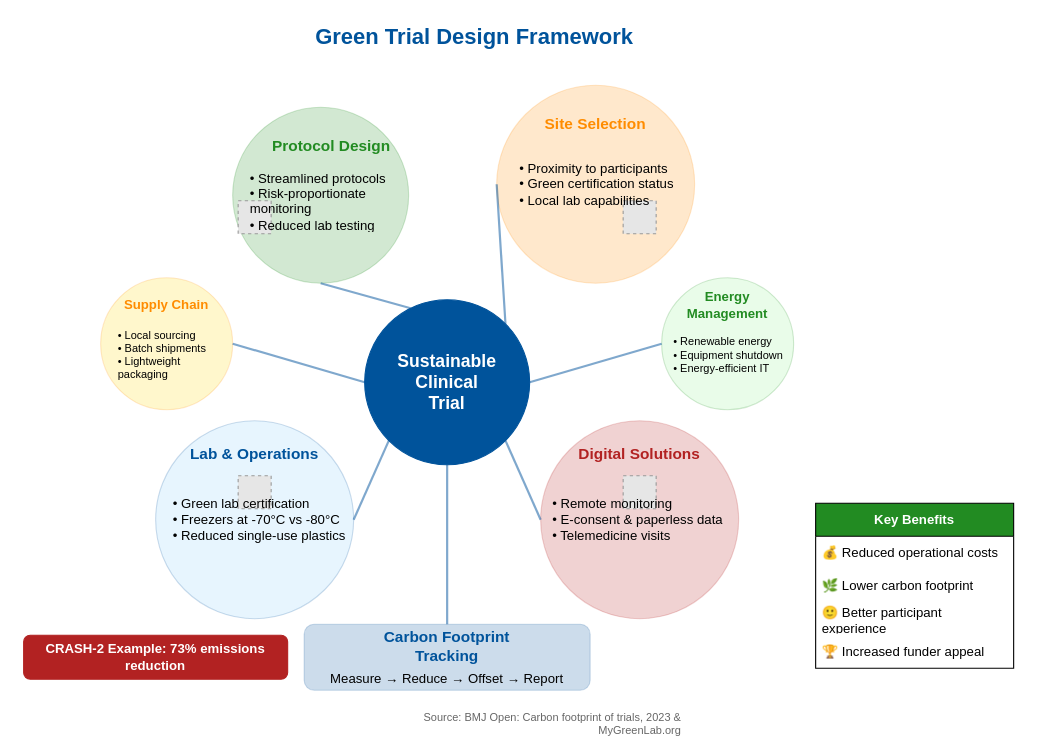
Before: diagrams/green_trial_design_framework.drawio in Logic06183/Task_presentation, a draw.io diagram. Source tidied: cells renumbered, new cells numbered last; positions are measured from the earlier drawing's top-left corner, leaving out a move shared by most shapes. Both pictures are drawn from the tidied source at 110%, with x=0, y=0 at pixel (23, 19). Pictures stored in the file or linked from it are replaced by grey dashed boxes.
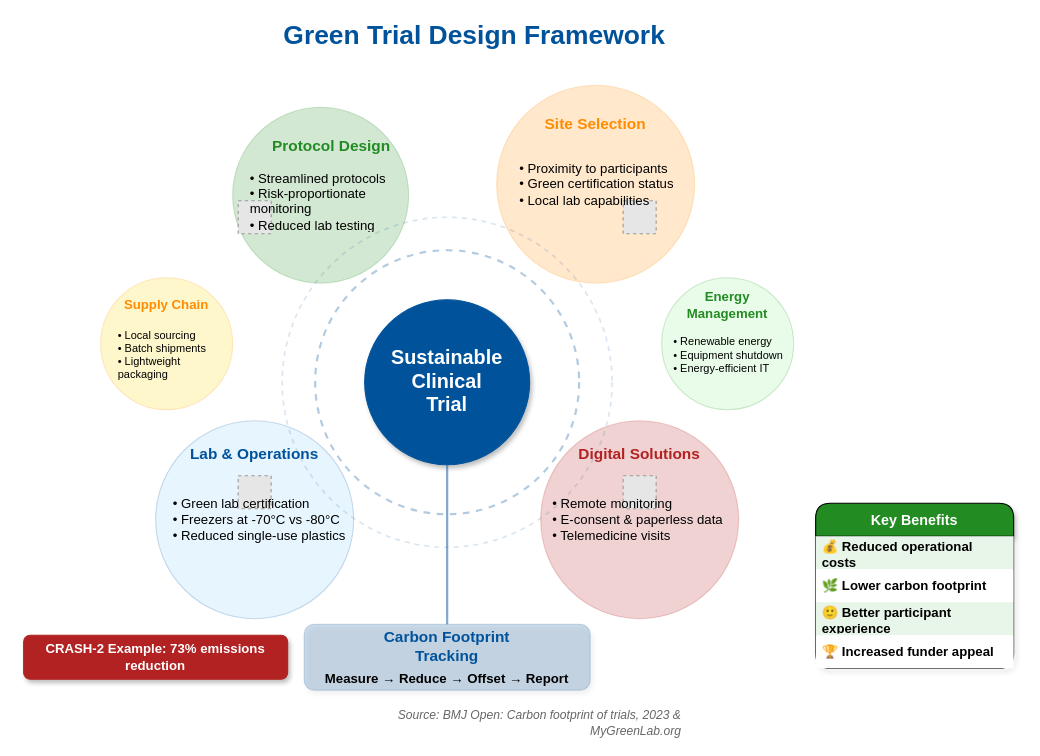
The same diagram, later.

The change refers to these unchanged cells:
```xml
<mxCell id="4" style="ellipse;whiteSpace=wrap;html=1;fillColor=#228B22;strokeColor=#228B22;opacity=20;" parent="1" vertex="1">
  <mxGeometry x="190" y="80" width="160" height="160" as="geometry" />
</mxCell>
<mxCell id="8" style="ellipse;whiteSpace=wrap;html=1;fillColor=#FF8C00;strokeColor=#FF8C00;opacity=20;" parent="1" vertex="1">
  <mxGeometry x="430" y="60" width="180" height="180" as="geometry" />
</mxCell>
<mxCell id="12" style="ellipse;whiteSpace=wrap;html=1;fillColor=#B22222;strokeColor=#B22222;opacity=20;" parent="1" vertex="1">
  <mxGeometry x="470" y="365" width="180" height="180" as="geometry" />
</mxCell>
<mxCell id="16" style="ellipse;whiteSpace=wrap;html=1;fillColor=#87CEFA;strokeColor=#00539B;opacity=20;" parent="1" vertex="1">
  <mxGeometry x="120" y="365" width="180" height="180" as="geometry" />
</mxCell>
<mxCell id="20" style="ellipse;whiteSpace=wrap;html=1;fillColor=#FFD700;strokeColor=#FF8C00;opacity=20;" parent="1" vertex="1">
  <mxGeometry x="70" y="235" width="120" height="120" as="geometry" />
</mxCell>
<mxCell id="23" style="ellipse;whiteSpace=wrap;html=1;fillColor=#90EE90;strokeColor=#228B22;opacity=20;" parent="1" vertex="1">
  <mxGeometry x="580" y="235" width="120" height="120" as="geometry" />
</mxCell>
```

What changed in the source:
```diff
@@
-    <mxCell id="2" value="&lt;font style=&quot;font-size: 20px;&quot;&gt;&lt;b&gt;Green Trial Design Framework&lt;/b&gt;&lt;/font&gt;" style="text;html=1;strokeColor=none;fillColor=none;align=center;verticalAlign=middle;whiteSpace=wrap;rounded=0;fontColor=#00539B;" parent="1" vertex="1">
+    <mxCell id="2" value="&lt;font style=&quot;font-size: 24px;&quot; face=&quot;Arial&quot;&gt;&lt;b&gt;Green Trial Design Framework&lt;/b&gt;&lt;/font&gt;" style="text;html=1;strokeColor=none;fillColor=none;align=center;verticalAlign=middle;whiteSpace=wrap;rounded=0;fontColor=#00539B;shadow=0;" parent="1" vertex="1">
       <mxGeometry x="130" width="560" height="30" as="geometry" />
     </mxCell>
-    <mxCell id="3" value="&lt;font style=&quot;font-size: 16px;&quot;&gt;&lt;b&gt;Sustainable&lt;br&gt;Clinical&lt;br&gt;Trial&lt;/b&gt;&lt;/font&gt;" style="ellipse;whiteSpace=wrap;html=1;fillColor=#00539B;strokeColor=#00539B;fontColor=#FFFFFF;" parent="1" vertex="1">
+    <mxCell id="3" value="&lt;font style=&quot;font-size: 18px;&quot; face=&quot;Arial&quot;&gt;&lt;b&gt;Sustainable&lt;br&gt;Clinical&lt;br&gt;Trial&lt;/b&gt;&lt;/font&gt;" style="ellipse;whiteSpace=wrap;html=1;fillColor=#00539B;strokeColor=#00539B;fontColor=#FFFFFF;shadow=1;" parent="1" vertex="1">
       <mxGeometry x="310" y="255" width="150" height="150" as="geometry" />
     </mxCell>
@@
-    <mxCell id="26" style="rounded=1;whiteSpace=wrap;html=1;fillColor=#00539B;strokeColor=#00539B;opacity=20;" parent="1" vertex="1">
+    <mxCell id="26" style="rounded=1;whiteSpace=wrap;html=1;fillColor=#00539B;strokeColor=#00539B;opacity=20;shadow=1;" parent="1" vertex="1">
       <mxGeometry x="255" y="550" width="260" height="60" as="geometry" />
     </mxCell>
-    <mxCell id="27" value="&lt;font style=&quot;font-size: 14px;&quot;&gt;&lt;b&gt;Carbon Footprint Tracking&lt;/b&gt;&lt;/font&gt;" style="text;html=1;strokeColor=none;fillColor=none;align=center;verticalAlign=middle;whiteSpace=wrap;rounded=0;fontColor=#00539B;" parent="1" vertex="1">
+    <mxCell id="27" value="&lt;font style=&quot;font-size: 14px;&quot; face=&quot;Arial&quot;&gt;&lt;b&gt;Carbon Footprint Tracking&lt;/b&gt;&lt;/font&gt;" style="text;html=1;strokeColor=none;fillColor=none;align=center;verticalAlign=middle;whiteSpace=wrap;rounded=0;fontColor=#00539B;" parent="1" vertex="1">
       <mxGeometry x="325" y="560" width="120" height="20" as="geometry" />
     </mxCell>
-    <mxCell id="28" value="Measure → Reduce → Offset → Report" style="text;html=1;strokeColor=none;fillColor=none;align=center;verticalAlign=middle;whiteSpace=wrap;rounded=0;" parent="1" vertex="1">
+    <mxCell id="28" value="Measure → Reduce → Offset → Report" style="text;html=1;strokeColor=none;fillColor=none;align=center;verticalAlign=middle;whiteSpace=wrap;rounded=0;fontFamily=Arial;fontStyle=1;" parent="1" vertex="1">
       <mxGeometry x="255" y="590" width="260" height="20" as="geometry" />
     </mxCell>
-    <mxCell id="29" style="endArrow=none;html=1;rounded=0;entryX=0.5;entryY=1;entryDx=0;entryDy=0;exitX=0.25;exitY=0;exitDx=0;exitDy=0;strokeWidth=2;strokeColor=#00539B;opacity=50;" parent="1" edge="1" source="3" target="4">
-      <mxGeometry relative="1" as="geometry" />
-    </mxCell>
-    <mxCell id="30" style="endArrow=none;html=1;rounded=0;entryX=0;entryY=0.5;entryDx=0;entryDy=0;exitX=1;exitY=0;exitDx=0;exitDy=0;strokeWidth=2;strokeColor=#00539B;opacity=50;" parent="1" edge="1" source="3" target="8">
-      <mxGeometry relative="1" as="geometry" />
-    </mxCell>
-    <mxCell id="31" style="endArrow=none;html=1;rounded=0;entryX=0;entryY=0.5;entryDx=0;entryDy=0;exitX=1;exitY=1;exitDx=0;exitDy=0;strokeWidth=2;strokeColor=#00539B;opacity=50;" parent="1" edge="1" source="3" target="12">
-      <mxGeometry relative="1" as="geometry" />
-    </mxCell>
-    <mxCell id="32" style="endArrow=none;html=1;rounded=0;entryX=1;entryY=0.5;entryDx=0;entryDy=0;exitX=0;exitY=1;exitDx=0;exitDy=0;strokeWidth=2;strokeColor=#00539B;opacity=50;" parent="1" edge="1" source="3" target="16">
-      <mxGeometry relative="1" as="geometry" />
-    </mxCell>
-    <mxCell id="33" style="endArrow=none;html=1;rounded=0;entryX=1;entryY=0.5;entryDx=0;entryDy=0;exitX=0;exitY=0.5;exitDx=0;exitDy=0;strokeWidth=2;strokeColor=#00539B;opacity=50;" parent="1" edge="1" source="3" target="20">
-      <mxGeometry relative="1" as="geometry" />
-    </mxCell>
-    <mxCell id="34" style="endArrow=none;html=1;rounded=0;entryX=0;entryY=0.5;entryDx=0;entryDy=0;exitX=1;exitY=0.5;exitDx=0;exitDy=0;strokeWidth=2;strokeColor=#00539B;opacity=50;" parent="1" edge="1" source="3" target="23">
-      <mxGeometry relative="1" as="geometry" />
-    </mxCell>
+    <mxCell id="43" style="ellipse;whiteSpace=wrap;html=1;fillColor=none;strokeColor=#00539B;opacity=30;dashed=1;strokeWidth=2;" parent="1" vertex="1">
+      <mxGeometry x="265" y="210" width="240" height="240" as="geometry" />
+    </mxCell>
@@
+    <mxCell id="44" style="ellipse;whiteSpace=wrap;html=1;fillColor=none;strokeColor=#00539B;opacity=15;dashed=1;strokeWidth=1.5;" parent="1" vertex="1">
+      <mxGeometry x="235" y="180" width="300" height="300" as="geometry" />
+    </mxCell>
-    <mxCell id="36" value="&lt;b&gt;Key Benefits&lt;/b&gt;" style="swimlane;fontStyle=0;horizontal=1;startSize=30;whiteSpace=wrap;html=1;fillColor=#228B22;fontColor=#FFFFFF;" parent="1" vertex="1">
+    <mxCell id="36" value="&lt;b&gt;Key Benefits&lt;/b&gt;" style="swimlane;fontStyle=1;horizontal=1;startSize=30;whiteSpace=wrap;html=1;fillColor=#228B22;fontColor=#FFFFFF;shadow=1;rounded=1;fontSize=13;fontFamily=Arial;" parent="1" vertex="1">
       <mxGeometry x="720" y="440" width="180" height="150" as="geometry" />
     </mxCell>
-    <mxCell id="37" value="💰 Reduced operational costs" style="text;strokeColor=none;fillColor=none;align=left;verticalAlign=middle;spacingLeft=4;spacingRight=4;overflow=hidden;whiteSpace=wrap;html=1;" parent="36" vertex="1">
+    <mxCell id="37" value="💰 Reduced operational costs" style="text;strokeColor=none;fillColor=#E8F5E9;align=left;verticalAlign=middle;spacingLeft=4;spacingRight=4;overflow=hidden;whiteSpace=wrap;html=1;fontStyle=1;fontFamily=Arial;" parent="36" vertex="1">
       <mxGeometry y="30" width="180" height="30" as="geometry" />
     </mxCell>
-    <mxCell id="38" value="🌿 Lower carbon footprint" style="text;strokeColor=none;fillColor=none;align=left;verticalAlign=middle;spacingLeft=4;spacingRight=4;overflow=hidden;whiteSpace=wrap;html=1;" parent="36" vertex="1">
+    <mxCell id="38" value="🌿 Lower carbon footprint" style="text;strokeColor=none;fillColor=#FFFFFF;align=left;verticalAlign=middle;spacingLeft=4;spacingRight=4;overflow=hidden;whiteSpace=wrap;html=1;fontStyle=1;fontFamily=Arial;" parent="36" vertex="1">
       <mxGeometry y="60" width="180" height="30" as="geometry" />
     </mxCell>
-    <mxCell id="39" value="🙂 Better participant experience" style="text;strokeColor=none;fillColor=none;align=left;verticalAlign=middle;spacingLeft=4;spacingRight=4;overflow=hidden;whiteSpace=wrap;html=1;" parent="36" vertex="1">
+    <mxCell id="39" value="🙂 Better participant experience" style="text;strokeColor=none;fillColor=#E8F5E9;align=left;verticalAlign=middle;spacingLeft=4;spacingRight=4;overflow=hidden;whiteSpace=wrap;html=1;fontStyle=1;fontFamily=Arial;" parent="36" vertex="1">
       <mxGeometry y="90" width="180" height="30" as="geometry" />
     </mxCell>
-    <mxCell id="40" value="🏆 Increased funder appeal" style="text;strokeColor=none;fillColor=none;align=left;verticalAlign=middle;spacingLeft=4;spacingRight=4;overflow=hidden;whiteSpace=wrap;html=1;" parent="36" vertex="1">
+    <mxCell id="40" value="🏆 Increased funder appeal" style="text;strokeColor=none;fillColor=#FFFFFF;align=left;verticalAlign=middle;spacingLeft=4;spacingRight=4;overflow=hidden;whiteSpace=wrap;html=1;fontStyle=1;fontFamily=Arial;" parent="36" vertex="1">
       <mxGeometry y="120" width="180" height="30" as="geometry" />
     </mxCell>
-    <mxCell id="41" value="&lt;b&gt;CRASH-2 Example: 73% emissions reduction&lt;/b&gt;" style="rounded=1;whiteSpace=wrap;html=1;fillColor=#B22222;strokeColor=#B22222;fontColor=#FFFFFF;" parent="1" vertex="1">
+    <mxCell id="41" value="&lt;b&gt;CRASH-2 Example: 73% emissions reduction&lt;/b&gt;" style="rounded=1;whiteSpace=wrap;html=1;fillColor=#B22222;strokeColor=#B22222;fontColor=#FFFFFF;shadow=1;fontFamily=Arial;fontSize=12;" parent="1" vertex="1">
       <mxGeometry y="560" width="240" height="40" as="geometry" />
     </mxCell>
-    <mxCell id="42" value="Source: BMJ Open: Carbon footprint of trials, 2023 &amp; MyGreenLab.org" style="text;html=1;strokeColor=none;fillColor=none;align=right;verticalAlign=middle;whiteSpace=wrap;rounded=0;fontColor=#666666;fontSize=10;" parent="1" vertex="1">
+    <mxCell id="42" value="Source: BMJ Open: Carbon footprint of trials, 2023 &amp; MyGreenLab.org" style="text;html=1;strokeColor=none;fillColor=none;align=right;verticalAlign=middle;whiteSpace=wrap;rounded=0;fontColor=#666666;fontSize=11;fontStyle=2;fontFamily=Arial;" parent="1" vertex="1">
       <mxGeometry x="300" y="630" width="300" height="20" as="geometry" />
     </mxCell>
```
